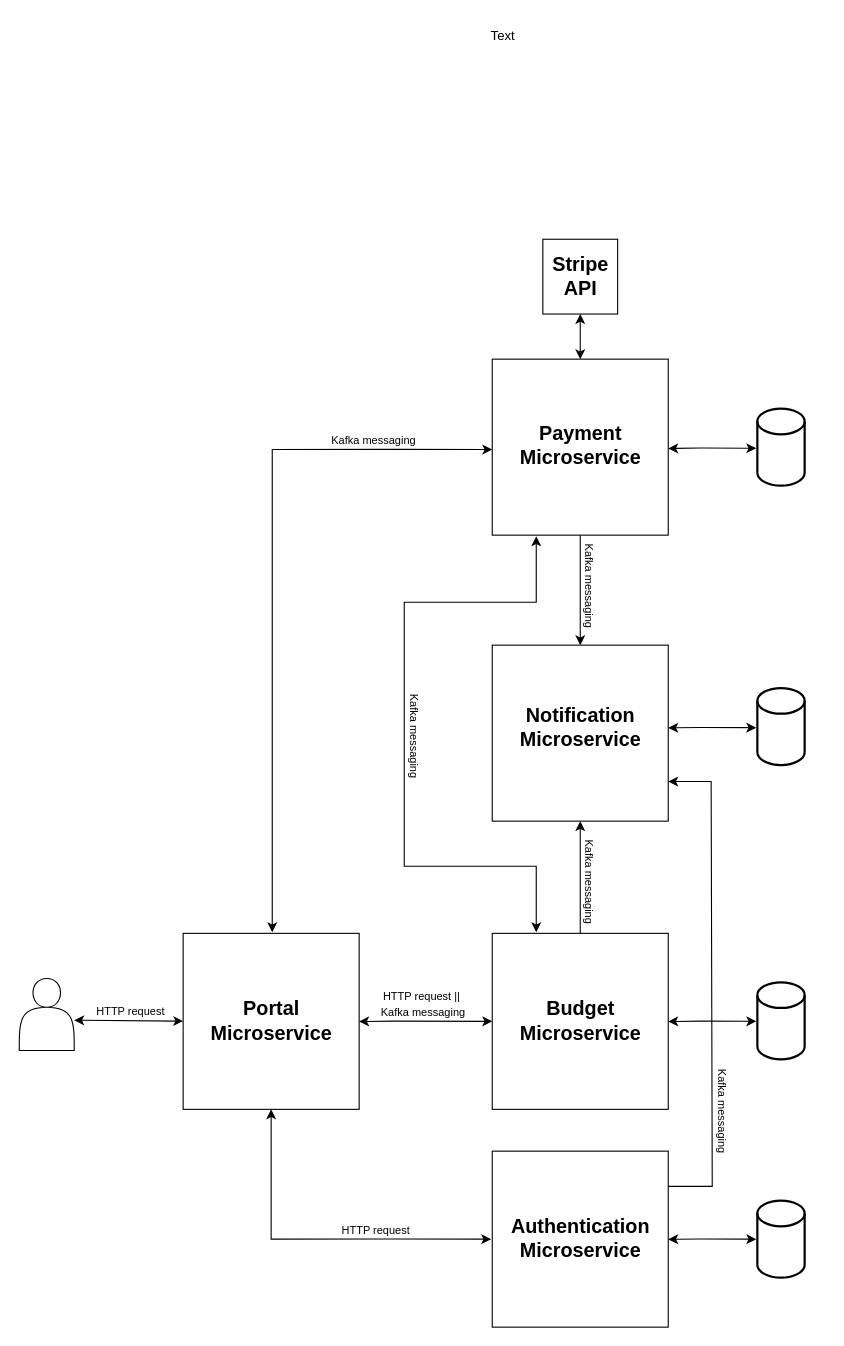
Before: expenseshubdiagram.drawio in MiguelCardoso19/BudgetHub, a draw.io diagram. Source tidied: cells renumbered, new cells numbered last; positions are measured from the earlier drawing's top-left corner, leaving out a move shared by most shapes. Both pictures are drawn from the tidied source at 110%, with x=0, y=0 at pixel (19, 19).
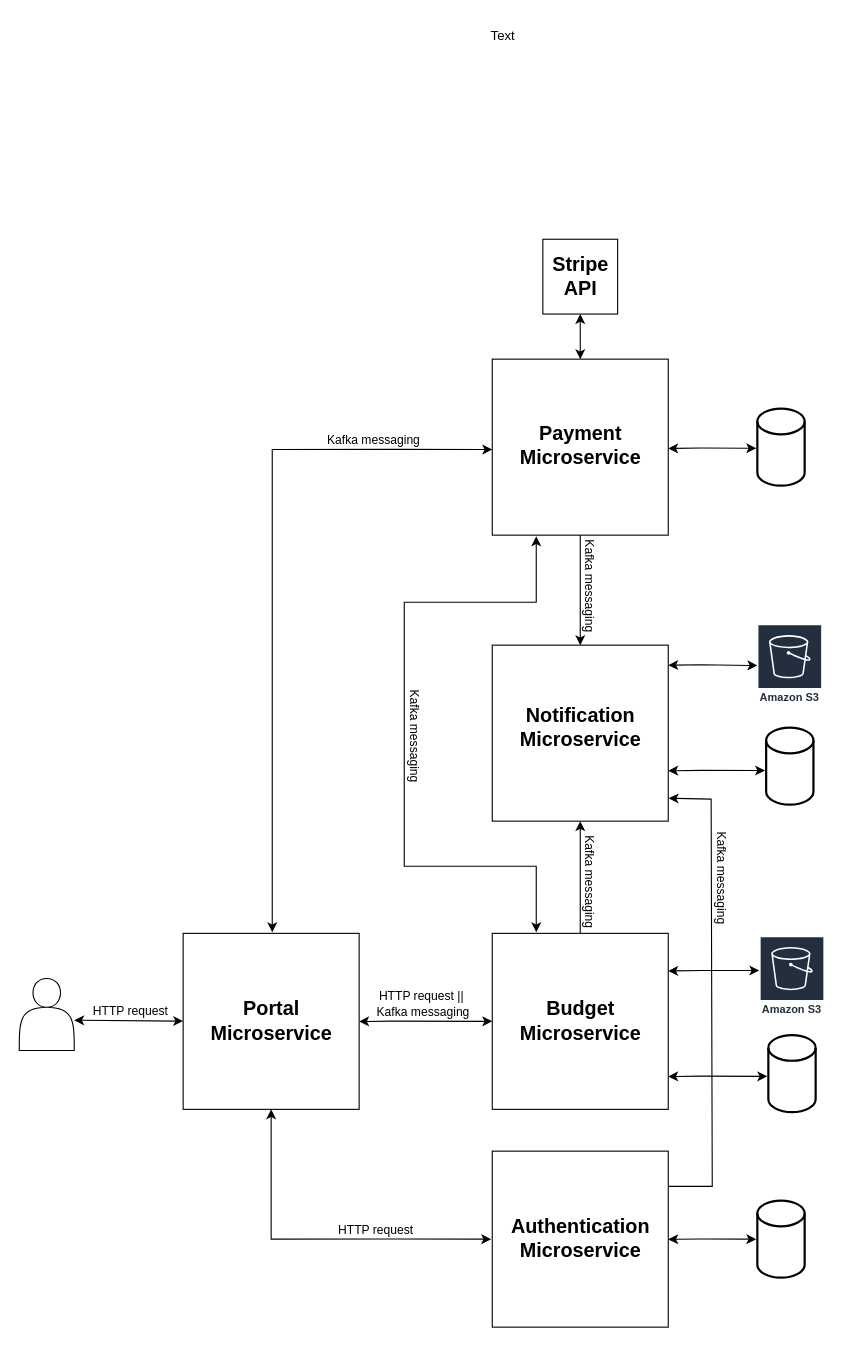
The same diagram, later.

Unchanged cells that the change refers to:
```xml
<mxCell id="24" style="whiteSpace=wrap;html=1;" parent="1" vertex="1">
  <mxGeometry x="430" y="569" width="160" height="160" as="geometry" />
</mxCell>
```

What changed in the source:
```diff
@@
-    <mxCell id="13" style="endArrow=classic;startArrow=classic;html=1;rounded=0;entryX=0;entryY=0.5;entryDx=0;entryDy=0;" parent="1" edge="1">
+    <mxCell id="13" style="endArrow=classic;startArrow=classic;html=1;rounded=0;" parent="1" edge="1">
       <mxGeometry relative="1" as="geometry">
-        <mxPoint x="590" y="911.2" as="sourcePoint" />
-        <mxPoint x="670" y="911" as="targetPoint" />
+        <mxPoint x="590" y="961.2" as="sourcePoint" />
+        <mxPoint x="680" y="961" as="targetPoint" />
         <Array as="points">
-          <mxPoint x="620" y="910.8" />
+          <mxPoint x="620" y="960.8" />
         </Array>
       </mxGeometry>
     </mxCell>
     <mxCell id="14" style="strokeWidth=2;html=1;shape=mxgraph.flowchart.database;whiteSpace=wrap;" parent="1" vertex="1">
-      <mxGeometry x="671" y="875.5" width="43" height="70" as="geometry" />
+      <mxGeometry x="681" y="923.5" width="43" height="70" as="geometry" />
     </mxCell>
@@
-    <mxCell id="20" value="&lt;font style=&quot;font-size: 10px;&quot;&gt;HTTP request&lt;/font&gt;" style="text;html=1;align=center;verticalAlign=middle;whiteSpace=wrap;rounded=0;" parent="1" vertex="1">
+    <mxCell id="20" value="&lt;font style=&quot;font-size: 11px;&quot;&gt;HTTP request&lt;/font&gt;" style="text;html=1;align=center;verticalAlign=middle;whiteSpace=wrap;rounded=0;" parent="1" vertex="1">
       <mxGeometry x="283.2" y="1086" width="82.5" height="30" as="geometry" />
     </mxCell>
-    <mxCell id="21" value="&lt;font style=&quot;font-size: 10px;&quot;&gt;HTTP request ||&amp;nbsp;&lt;br&gt;Kafka messaging&lt;/font&gt;" style="text;html=1;align=center;verticalAlign=middle;whiteSpace=wrap;rounded=0;" parent="1" vertex="1">
+    <mxCell id="21" value="&lt;font style=&quot;font-size: 11px;&quot;&gt;HTTP request ||&amp;nbsp;&lt;br&gt;Kafka messaging&lt;/font&gt;" style="text;html=1;align=center;verticalAlign=middle;whiteSpace=wrap;rounded=0;" parent="1" vertex="1">
       <mxGeometry x="322" y="879.5" width="91" height="30" as="geometry" />
     </mxCell>
-    <mxCell id="22" value="&lt;font style=&quot;font-size: 10px;&quot;&gt;Kafka messaging&lt;/font&gt;" style="text;html=1;align=center;verticalAlign=middle;whiteSpace=wrap;rounded=0;" parent="1" vertex="1">
+    <mxCell id="22" value="&lt;font style=&quot;font-size: 11px;&quot;&gt;Kafka messaging&lt;/font&gt;" style="text;html=1;align=center;verticalAlign=middle;whiteSpace=wrap;rounded=0;" parent="1" vertex="1">
       <mxGeometry x="272" y="368" width="101" height="30" as="geometry" />
     </mxCell>
-    <mxCell id="23" value="&lt;font style=&quot;font-size: 10px;&quot;&gt;Kafka messaging&lt;/font&gt;" style="text;html=1;align=center;verticalAlign=middle;whiteSpace=wrap;rounded=0;rotation=90;" parent="1" vertex="1">
+    <mxCell id="23" value="&lt;font style=&quot;font-size: 11px;&quot;&gt;Kafka messaging&lt;/font&gt;" style="text;html=1;align=center;verticalAlign=middle;whiteSpace=wrap;rounded=0;rotation=90;" parent="1" vertex="1">
       <mxGeometry x="474.5" y="758" width="89" height="52" as="geometry" />
     </mxCell>
@@
-    <mxCell id="25" style="endArrow=classic;startArrow=classic;html=1;rounded=0;entryX=0;entryY=0.5;entryDx=0;entryDy=0;" parent="1" edge="1">
-      <mxGeometry relative="1" as="geometry">
-        <mxPoint x="590" y="644.2" as="sourcePoint" />
-        <mxPoint x="670" y="644" as="targetPoint" />
-        <Array as="points">
-          <mxPoint x="620" y="643.8" />
-        </Array>
-      </mxGeometry>
-    </mxCell>
@@
-    <mxCell id="27" style="strokeWidth=2;html=1;shape=mxgraph.flowchart.database;whiteSpace=wrap;" parent="1" vertex="1">
-      <mxGeometry x="671" y="608" width="43" height="70" as="geometry" />
-    </mxCell>
@@
-    <mxCell id="29" value="&lt;font style=&quot;font-size: 10px;&quot;&gt;Kafka messaging&lt;/font&gt;" style="text;html=1;align=center;verticalAlign=middle;whiteSpace=wrap;rounded=0;rotation=90;" parent="1" vertex="1">
+    <mxCell id="29" value="&lt;font style=&quot;font-size: 11px;&quot;&gt;Kafka messaging&lt;/font&gt;" style="text;html=1;align=center;verticalAlign=middle;whiteSpace=wrap;rounded=0;rotation=90;" parent="1" vertex="1">
       <mxGeometry x="474.5" y="489" width="89" height="52" as="geometry" />
     </mxCell>
@@
-    <mxCell id="31" value="&lt;font style=&quot;font-size: 10px;&quot;&gt;HTTP request&lt;/font&gt;" style="text;html=1;align=center;verticalAlign=middle;whiteSpace=wrap;rounded=0;" parent="1" vertex="1">
+    <mxCell id="31" value="&lt;font style=&quot;font-size: 11px;&quot;&gt;HTTP request&lt;/font&gt;" style="text;html=1;align=center;verticalAlign=middle;whiteSpace=wrap;rounded=0;" parent="1" vertex="1">
       <mxGeometry x="59.5" y="887" width="82.5" height="30" as="geometry" />
     </mxCell>
@@
-    <mxCell id="33" value="&lt;font style=&quot;font-size: 10px;&quot;&gt;Kafka messaging&lt;/font&gt;" style="text;html=1;align=center;verticalAlign=middle;whiteSpace=wrap;rounded=0;rotation=90;" parent="1" vertex="1">
+    <mxCell id="33" value="&lt;font style=&quot;font-size: 11px;&quot;&gt;Kafka messaging&lt;/font&gt;" style="text;html=1;align=center;verticalAlign=middle;whiteSpace=wrap;rounded=0;rotation=90;" parent="1" vertex="1">
       <mxGeometry x="315" y="626" width="89" height="52" as="geometry" />
     </mxCell>
-    <mxCell id="34" style="endArrow=classic;html=1;rounded=0;" parent="1" edge="1">
+    <mxCell id="34" style="endArrow=classic;html=1;rounded=0;entryX=1.002;entryY=0.87;entryDx=0;entryDy=0;entryPerimeter=0;" parent="1" edge="1" target="24">
       <mxGeometry relative="1" as="geometry">
         <mxPoint x="590" y="1061" as="sourcePoint" />
-        <mxPoint x="590" y="693" as="targetPoint" />
         <Array as="points">
           <mxPoint x="630" y="1061" />
-          <mxPoint x="629" y="693" />
+          <mxPoint x="629" y="709" />
         </Array>
       </mxGeometry>
     </mxCell>
-    <mxCell id="35" value="&lt;font style=&quot;font-size: 10px;&quot;&gt;Kafka messaging&lt;/font&gt;" style="text;html=1;align=center;verticalAlign=middle;whiteSpace=wrap;rounded=0;rotation=90;" parent="1" vertex="1">
-      <mxGeometry x="595" y="967" width="89" height="52" as="geometry" />
+    <mxCell id="35" value="&lt;font style=&quot;font-size: 11px;&quot;&gt;Kafka messaging&lt;/font&gt;" style="text;html=1;align=center;verticalAlign=middle;whiteSpace=wrap;rounded=0;rotation=90;" parent="1" vertex="1">
+      <mxGeometry x="594" y="755" width="89" height="52" as="geometry" />
     </mxCell>
@@
+    <mxCell id="41" style="endArrow=classic;startArrow=classic;html=1;rounded=0;entryX=-0.004;entryY=0.411;entryDx=0;entryDy=0;entryPerimeter=0;" parent="1" edge="1" target="45">
+      <mxGeometry relative="1" as="geometry">
+        <mxPoint x="590" y="865.2" as="sourcePoint" />
+        <Array as="points">
+          <mxPoint x="620" y="864.8" />
+        </Array>
+      </mxGeometry>
+    </mxCell>
+    <mxCell id="42" style="endArrow=classic;startArrow=classic;html=1;rounded=0;" parent="1" edge="1">
+      <mxGeometry relative="1" as="geometry">
+        <mxPoint x="590" y="683.2" as="sourcePoint" />
+        <mxPoint x="678" y="683" as="targetPoint" />
+        <Array as="points">
+          <mxPoint x="620" y="682.8" />
+        </Array>
+      </mxGeometry>
+    </mxCell>
+    <mxCell id="43" style="strokeWidth=2;html=1;shape=mxgraph.flowchart.database;whiteSpace=wrap;" parent="1" vertex="1">
+      <mxGeometry x="679" y="644" width="43" height="70" as="geometry" />
+    </mxCell>
+    <mxCell id="44" style="endArrow=classic;startArrow=classic;html=1;rounded=0;" parent="1" edge="1" target="46">
+      <mxGeometry relative="1" as="geometry">
+        <mxPoint x="590" y="587.2" as="sourcePoint" />
+        <Array as="points">
+          <mxPoint x="620" y="586.8" />
+        </Array>
+      </mxGeometry>
+    </mxCell>
+    <mxCell id="45" value="Amazon S3" style="sketch=0;outlineConnect=0;fontColor=#232F3E;gradientColor=none;strokeColor=#ffffff;fillColor=#232F3E;dashed=0;verticalLabelPosition=middle;verticalAlign=bottom;align=center;html=1;whiteSpace=wrap;fontSize=10;fontStyle=1;spacing=3;shape=mxgraph.aws4.productIcon;prIcon=mxgraph.aws4.s3;" parent="1" vertex="1">
+      <mxGeometry x="673" y="833.5" width="59" height="76" as="geometry" />
+    </mxCell>
+    <mxCell id="46" value="Amazon S3" style="sketch=0;outlineConnect=0;fontColor=#232F3E;gradientColor=none;strokeColor=#ffffff;fillColor=#232F3E;dashed=0;verticalLabelPosition=middle;verticalAlign=bottom;align=center;html=1;whiteSpace=wrap;fontSize=10;fontStyle=1;spacing=3;shape=mxgraph.aws4.productIcon;prIcon=mxgraph.aws4.s3;" parent="1" vertex="1">
+      <mxGeometry x="671" y="550" width="59" height="76" as="geometry" />
+    </mxCell>
```
